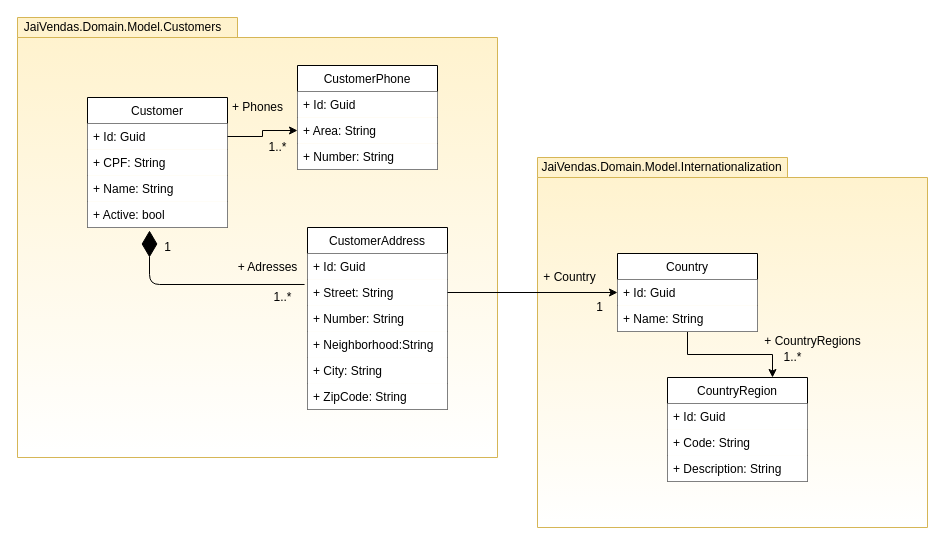
This is page "Class Diagram - Cliente" (9 of 9) of docs/Documentation.drawio from jairodemelo/APITest, a draw.io file, before an edit. Source tidied: cells renumbered, new cells numbered last; positions are measured from the earlier drawing's top-left corner, leaving out a move shared by most shapes. Both pictures are drawn from the tidied source at 100%, with x=0, y=0 at pixel (17, 17).
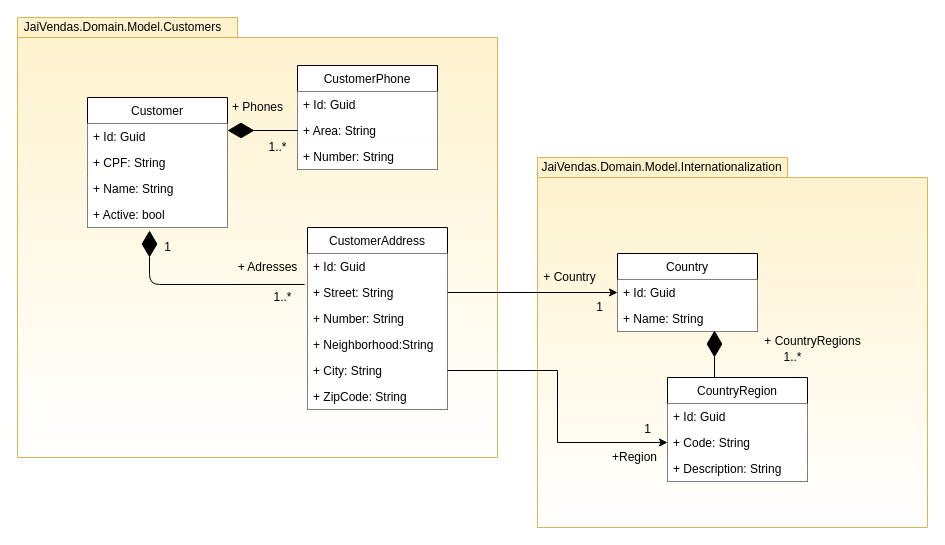
After the change.

The change refers to these unchanged cells:
```xml
<mxCell id="5" value="+ Id: Guid" style="text;align=left;verticalAlign=top;spacingLeft=4;spacingRight=4;overflow=hidden;points=[[0,0.5],[1,0.5]];portConstraint=eastwest;fillColor=#ffffff;" parent="4" vertex="1">
  <mxGeometry y="26" width="140" height="26" as="geometry" />
</mxCell>
<mxCell id="14" value="+ City: String" style="text;strokeColor=none;align=left;verticalAlign=top;spacingLeft=4;spacingRight=4;overflow=hidden;points=[[0,0.5],[1,0.5]];portConstraint=eastwest;fillColor=#ffffff;" parent="9" vertex="1">
  <mxGeometry y="130" width="140" height="26" as="geometry" />
</mxCell>
<mxCell id="21" value="Country" style="swimlane;fontStyle=0;horizontal=1;startSize=26;" parent="1" vertex="1">
  <mxGeometry x="600" y="236" width="140" height="78" as="geometry" />
</mxCell>
<mxCell id="23" value="+ Name: String" style="text;strokeColor=none;align=left;verticalAlign=top;spacingLeft=4;spacingRight=4;overflow=hidden;points=[[0,0.5],[1,0.5]];portConstraint=eastwest;fillColor=#ffffff;" parent="21" vertex="1">
  <mxGeometry y="52" width="140" height="26" as="geometry" />
</mxCell>
<mxCell id="29" value="CountryRegion" style="swimlane;fontStyle=0;horizontal=1;startSize=26;" parent="1" vertex="1">
  <mxGeometry x="650" y="360" width="140" height="104" as="geometry" />
</mxCell>
<mxCell id="31" value="+ Code: String" style="text;strokeColor=none;align=left;verticalAlign=top;spacingLeft=4;spacingRight=4;overflow=hidden;points=[[0,0.5],[1,0.5]];portConstraint=eastwest;fillColor=#ffffff;" parent="29" vertex="1">
  <mxGeometry y="52" width="140" height="26" as="geometry" />
</mxCell>
<mxCell id="37" value="+ Area: String" style="text;strokeColor=none;align=left;verticalAlign=top;spacingLeft=4;spacingRight=4;overflow=hidden;points=[[0,0.5],[1,0.5]];portConstraint=eastwest;fillColor=#ffffff;" parent="35" vertex="1">
  <mxGeometry y="52" width="140" height="26" as="geometry" />
</mxCell>
```

Change to the diagram source:
```diff
@@
-    <mxCell id="20" style="edgeStyle=orthogonalEdgeStyle;rounded=0;jettySize=auto;html=1;entryX=0.75;entryY=0;entryDx=0;entryDy=0;" parent="1" edge="1" source="21" target="29">
-      <mxGeometry relative="1" as="geometry" />
-    </mxCell>
@@
-    <mxCell id="39" style="edgeStyle=orthogonalEdgeStyle;rounded=0;jettySize=auto;html=1;" parent="1" edge="1" source="5" target="37">
-      <mxGeometry relative="1" as="geometry" />
-    </mxCell>
@@
+    <mxCell id="42" style="endArrow=diamondThin;endFill=1;endSize=24;html=1;exitX=0;exitY=0.5;exitDx=0;exitDy=0;entryX=1;entryY=0.269;entryDx=0;entryDy=0;entryPerimeter=0;" parent="1" edge="1" source="37" target="5">
+      <mxGeometry relative="1" as="geometry" />
+    </mxCell>
+    <mxCell id="43" style="endArrow=diamondThin;endFill=1;endSize=24;html=1;entryX=0.693;entryY=0.962;entryDx=0;entryDy=0;entryPerimeter=0;" parent="1" edge="1" target="23">
+      <mxGeometry relative="1" as="geometry">
+        <mxPoint x="697" y="360" as="sourcePoint" />
+      </mxGeometry>
+    </mxCell>
+    <mxCell id="44" style="edgeStyle=orthogonalEdgeStyle;rounded=0;jettySize=auto;html=1;entryX=0;entryY=0.5;entryDx=0;entryDy=0;" parent="1" edge="1" source="14" target="31">
+      <mxGeometry relative="1" as="geometry" />
+    </mxCell>
+    <mxCell id="45" value="+Region" style="text;html=1;align=center;verticalAlign=middle;" parent="1" vertex="1">
+      <mxGeometry x="587" y="430" width="60" height="20" as="geometry" />
+    </mxCell>
+    <mxCell id="46" value="1" style="text;html=1;align=center;verticalAlign=middle;" parent="1" vertex="1">
+      <mxGeometry x="620" y="402" width="20" height="20" as="geometry" />
+    </mxCell>
```
